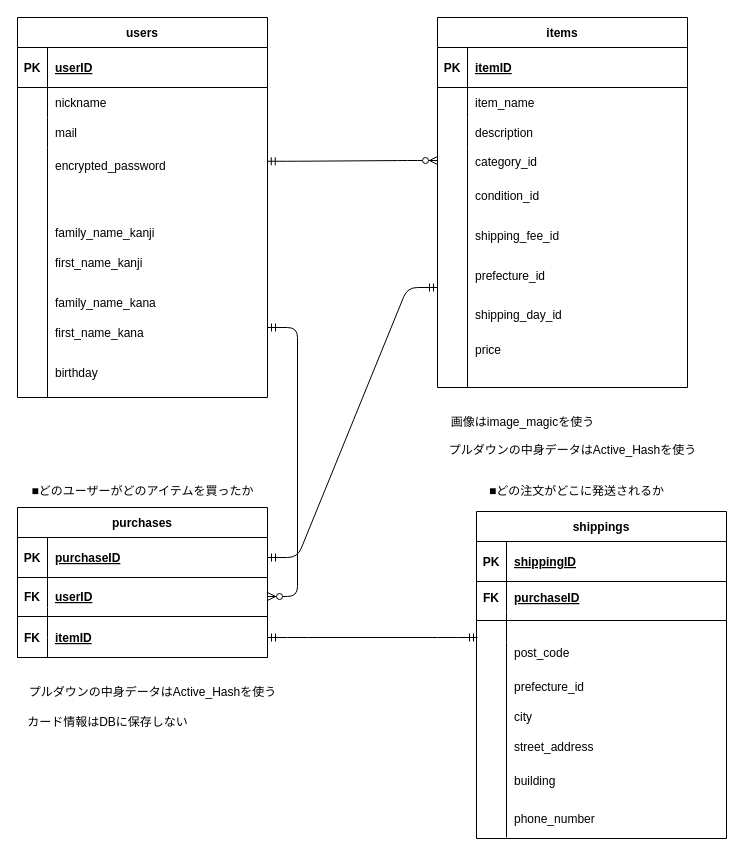
Above: furima.dio in misaki-o/furima-41361 (draw.io), before the change. Source tidied: cells renumbered, new cells numbered last; positions are measured from the earlier drawing's top-left corner, leaving out a move shared by most shapes. Both pictures are drawn from the tidied source at 100%, with x=0, y=0 at pixel (17, 17).
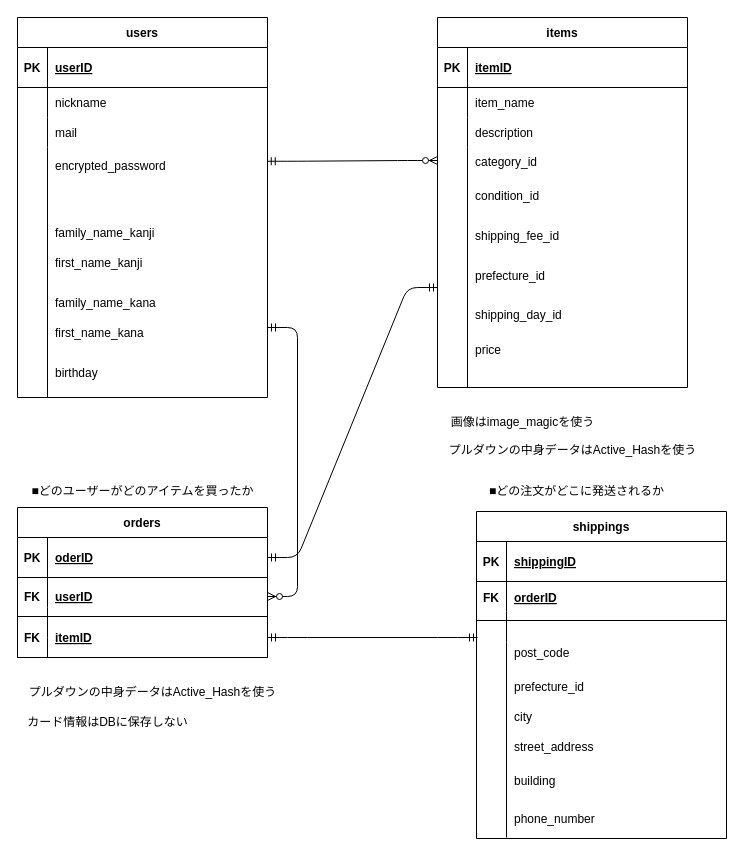
The same page after the edit.

The change refers to these unchanged cells:
```xml
<mxCell id="48" style="shape=tableRow;horizontal=0;startSize=0;swimlaneHead=0;swimlaneBody=0;fillColor=none;points=[[0,0.5],[1,0.5]];portConstraint=eastwest;top=0;left=0;right=0;bottom=1;" parent="47" vertex="1">
  <mxGeometry y="30" width="250" height="40" as="geometry" />
</mxCell>
```

The edit, as a diff of the source:
```diff
@@
-    <mxCell id="47" value="purchases" style="shape=table;startSize=30;childLayout=tableLayout;rowLines=0;fontStyle=1;align=center;" parent="1" vertex="1">
+    <mxCell id="47" value="orders" style="shape=table;startSize=30;childLayout=tableLayout;rowLines=0;fontStyle=1;align=center;" parent="1" vertex="1">
       <mxGeometry y="490" width="250" height="150" as="geometry" />
     </mxCell>
@@
-    <mxCell id="50" value="purchaseID" style="shape=partialRectangle;fillColor=none;top=0;left=0;bottom=0;right=0;align=left;spacingLeft=6;fontStyle=5;overflow=hidden;" parent="48" vertex="1">
+    <mxCell id="50" value="oderID" style="shape=partialRectangle;fillColor=none;top=0;left=0;bottom=0;right=0;align=left;spacingLeft=6;fontStyle=5;overflow=hidden;" parent="48" vertex="1">
       <mxGeometry x="30" width="220" height="40" as="geometry" />
     </mxCell>
@@
-    <mxCell id="94" value="purchaseID" style="shape=partialRectangle;fillColor=none;top=0;left=0;bottom=0;right=0;align=left;spacingLeft=6;fontStyle=5;overflow=hidden;" parent="1" vertex="1">
+    <mxCell id="94" value="orderID" style="shape=partialRectangle;fillColor=none;top=0;left=0;bottom=0;right=0;align=left;spacingLeft=6;fontStyle=5;overflow=hidden;" parent="1" vertex="1">
       <mxGeometry x="489" y="560" width="220" height="40" as="geometry" />
     </mxCell>
```
